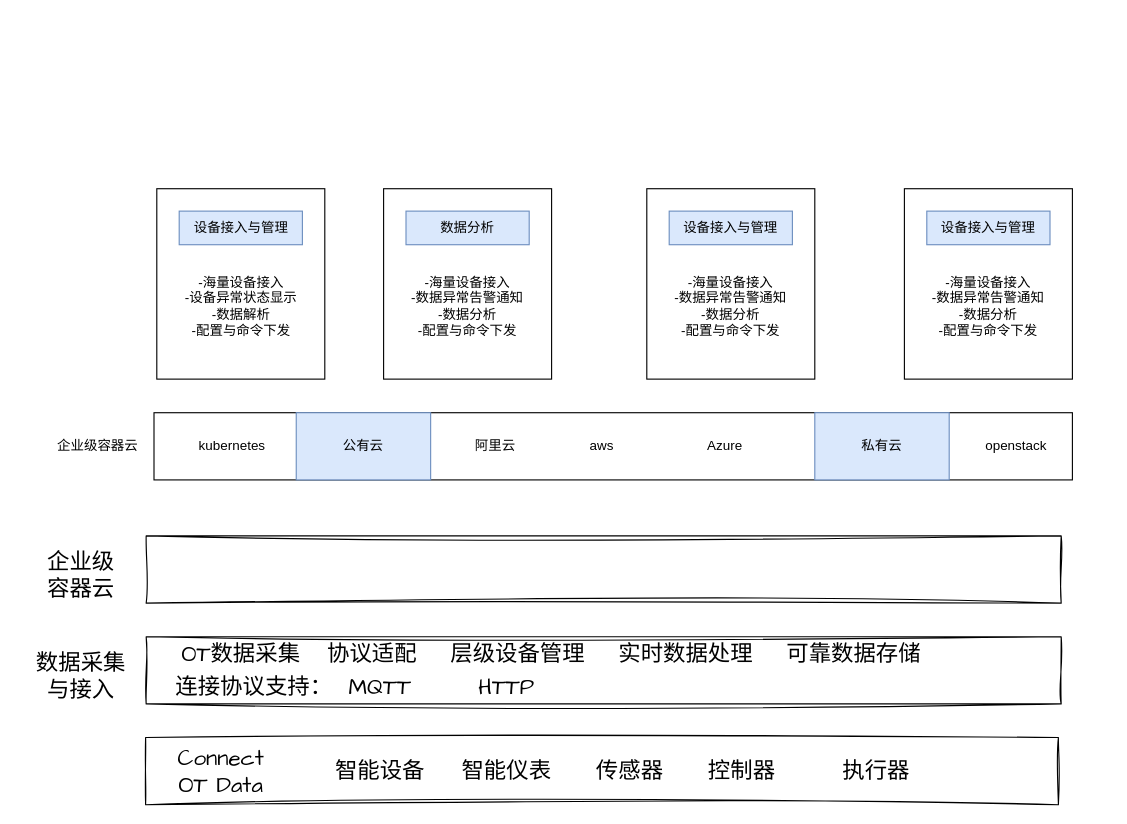
This is page "IoTSuite" (3 of 3) of qiwu.drawio from viking-wj/software, a draw.io file, before an edit. Source tidied: cells renumbered, new cells numbered last; positions are measured from the earlier drawing's top-left corner, leaving out a move shared by most shapes. Both pictures are drawn from the tidied source at 112%, with x=0, y=0 at pixel (19, 188).
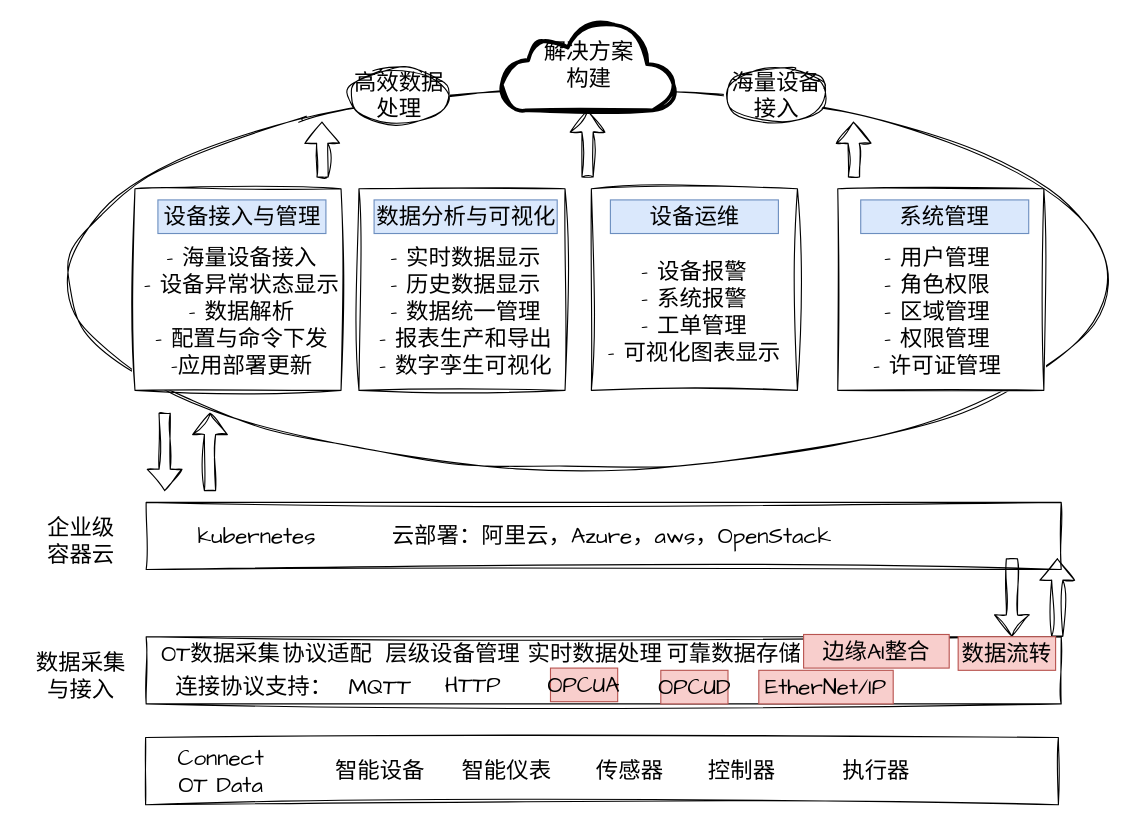
The same diagram, later.

What changed in the source:
```diff
@@
-    <mxCell id="2" style="rounded=0;whiteSpace=wrap;html=1;" parent="1" vertex="1">
-      <mxGeometry x="120" y="200" width="820" height="60" as="geometry" />
-    </mxCell>
-    <mxCell id="3" value="企业级容器云" style="text;html=1;strokeColor=none;fillColor=none;align=center;verticalAlign=middle;whiteSpace=wrap;rounded=0;" parent="1" vertex="1">
-      <mxGeometry x="30" y="215" width="80" height="30" as="geometry" />
-    </mxCell>
-    <mxCell id="4" value="kubernetes" style="text;html=1;strokeColor=none;fillColor=none;align=center;verticalAlign=middle;whiteSpace=wrap;rounded=0;" parent="1" vertex="1">
-      <mxGeometry x="160" y="215" width="60" height="30" as="geometry" />
-    </mxCell>
-    <mxCell id="5" value="公有云" style="rounded=0;whiteSpace=wrap;html=1;fillColor=#dae8fc;strokeColor=#6c8ebf;" parent="1" vertex="1">
-      <mxGeometry x="247" y="200" width="120" height="60" as="geometry" />
-    </mxCell>
-    <mxCell id="6" value="阿里云" style="text;html=1;strokeColor=none;fillColor=none;align=center;verticalAlign=middle;whiteSpace=wrap;rounded=0;" parent="1" vertex="1">
-      <mxGeometry x="395" y="215" width="60" height="30" as="geometry" />
-    </mxCell>
-    <mxCell id="7" value="aws" style="text;html=1;strokeColor=none;fillColor=none;align=center;verticalAlign=middle;whiteSpace=wrap;rounded=0;" parent="1" vertex="1">
-      <mxGeometry x="490" y="215" width="60" height="30" as="geometry" />
-    </mxCell>
-    <mxCell id="8" value="Azure" style="text;html=1;strokeColor=none;fillColor=none;align=center;verticalAlign=middle;whiteSpace=wrap;rounded=0;" parent="1" vertex="1">
-      <mxGeometry x="600" y="215" width="60" height="30" as="geometry" />
-    </mxCell>
-    <mxCell id="9" value="私有云" style="rounded=0;whiteSpace=wrap;html=1;fillColor=#dae8fc;strokeColor=#6c8ebf;" parent="1" vertex="1">
-      <mxGeometry x="710" y="200" width="120" height="60" as="geometry" />
-    </mxCell>
-    <mxCell id="10" value="openstack" style="text;html=1;strokeColor=none;fillColor=none;align=center;verticalAlign=middle;whiteSpace=wrap;rounded=0;" parent="1" vertex="1">
-      <mxGeometry x="860" y="215" width="60" height="30" as="geometry" />
-    </mxCell>
-    <mxCell id="11" style="rounded=0;whiteSpace=wrap;html=1;" parent="1" vertex="1">
-      <mxGeometry x="122.5" width="150" height="170" as="geometry" />
-    </mxCell>
-    <mxCell id="12" value="设备接入与管理" style="text;html=1;strokeColor=#6c8ebf;fillColor=#dae8fc;align=center;verticalAlign=middle;whiteSpace=wrap;rounded=0;" parent="1" vertex="1">
-      <mxGeometry x="142.5" y="20" width="110" height="30" as="geometry" />
-    </mxCell>
-    <mxCell id="13" value="-海量设备接入&lt;br&gt;-设备异常状态显示&lt;br&gt;-数据解析&lt;br&gt;-配置与命令下发" style="text;html=1;strokeColor=none;fillColor=none;align=center;verticalAlign=middle;whiteSpace=wrap;rounded=0;" parent="1" vertex="1">
-      <mxGeometry x="142.5" y="60" width="110" height="90" as="geometry" />
-    </mxCell>
-    <mxCell id="14" style="rounded=0;whiteSpace=wrap;html=1;" parent="1" vertex="1">
-      <mxGeometry x="325" width="150" height="170" as="geometry" />
-    </mxCell>
-    <mxCell id="15" value="数据分析" style="text;html=1;strokeColor=#6c8ebf;fillColor=#dae8fc;align=center;verticalAlign=middle;whiteSpace=wrap;rounded=0;" parent="1" vertex="1">
-      <mxGeometry x="345" y="20" width="110" height="30" as="geometry" />
-    </mxCell>
-    <mxCell id="16" value="-海量设备接入&lt;br&gt;-数据异常告警通知&lt;br&gt;-数据分析&lt;br&gt;-配置与命令下发" style="text;html=1;strokeColor=none;fillColor=none;align=center;verticalAlign=middle;whiteSpace=wrap;rounded=0;" parent="1" vertex="1">
-      <mxGeometry x="345" y="60" width="110" height="90" as="geometry" />
-    </mxCell>
-    <mxCell id="17" style="rounded=0;whiteSpace=wrap;html=1;" parent="1" vertex="1">
-      <mxGeometry x="560" width="150" height="170" as="geometry" />
-    </mxCell>
-    <mxCell id="18" value="设备接入与管理" style="text;html=1;strokeColor=#6c8ebf;fillColor=#dae8fc;align=center;verticalAlign=middle;whiteSpace=wrap;rounded=0;" parent="1" vertex="1">
-      <mxGeometry x="580" y="20" width="110" height="30" as="geometry" />
-    </mxCell>
-    <mxCell id="19" value="-海量设备接入&lt;br&gt;-数据异常告警通知&lt;br&gt;-数据分析&lt;br&gt;-配置与命令下发" style="text;html=1;strokeColor=none;fillColor=none;align=center;verticalAlign=middle;whiteSpace=wrap;rounded=0;" parent="1" vertex="1">
-      <mxGeometry x="580" y="60" width="110" height="90" as="geometry" />
-    </mxCell>
-    <mxCell id="20" style="rounded=0;whiteSpace=wrap;html=1;" parent="1" vertex="1">
-      <mxGeometry x="790" width="150" height="170" as="geometry" />
-    </mxCell>
-    <mxCell id="21" value="设备接入与管理" style="text;html=1;strokeColor=#6c8ebf;fillColor=#dae8fc;align=center;verticalAlign=middle;whiteSpace=wrap;rounded=0;" parent="1" vertex="1">
-      <mxGeometry x="810" y="20" width="110" height="30" as="geometry" />
-    </mxCell>
-    <mxCell id="22" value="-海量设备接入&lt;br&gt;-数据异常告警通知&lt;br&gt;-数据分析&lt;br&gt;-配置与命令下发" style="text;html=1;strokeColor=none;fillColor=none;align=center;verticalAlign=middle;whiteSpace=wrap;rounded=0;" parent="1" vertex="1">
-      <mxGeometry x="810" y="60" width="110" height="90" as="geometry" />
-    </mxCell>
+    <mxCell id="42" style="ellipse;whiteSpace=wrap;html=1;sketch=1;hachureGap=4;jiggle=2;curveFitting=1;fontFamily=Architects Daughter;fontSize=20;" parent="1" vertex="1">
+      <mxGeometry x="43" y="-90" width="928" height="340" as="geometry" />
+    </mxCell>
@@
     <mxCell id="31" value="OT数据采集" style="text;html=1;strokeColor=none;fillColor=none;align=center;verticalAlign=middle;whiteSpace=wrap;rounded=0;fontSize=20;fontFamily=Architects Daughter;" parent="1" vertex="1">
-      <mxGeometry x="137.5" y="400" width="120" height="30" as="geometry" />
+      <mxGeometry x="120" y="400" width="120" height="30" as="geometry" />
     </mxCell>
@@
     <mxCell id="34" value="HTTP" style="text;html=1;strokeColor=none;fillColor=none;align=center;verticalAlign=middle;whiteSpace=wrap;rounded=0;fontSize=20;fontFamily=Architects Daughter;" parent="1" vertex="1">
-      <mxGeometry x="405" y="430" width="60" height="30" as="geometry" />
+      <mxGeometry x="375" y="428" width="60" height="30" as="geometry" />
     </mxCell>
     <mxCell id="35" value="协议适配" style="text;html=1;strokeColor=none;fillColor=none;align=center;verticalAlign=middle;whiteSpace=wrap;rounded=0;fontSize=20;fontFamily=Architects Daughter;" parent="1" vertex="1">
-      <mxGeometry x="270" y="400" width="90" height="30" as="geometry" />
+      <mxGeometry x="230" y="400" width="90" height="30" as="geometry" />
     </mxCell>
     <mxCell id="36" value="层级设备管理" style="text;html=1;strokeColor=none;fillColor=none;align=center;verticalAlign=middle;whiteSpace=wrap;rounded=0;fontSize=20;fontFamily=Architects Daughter;" parent="1" vertex="1">
-      <mxGeometry x="380" y="400" width="130" height="30" as="geometry" />
+      <mxGeometry x="322" y="400" width="130" height="30" as="geometry" />
     </mxCell>
     <mxCell id="37" value="实时数据处理" style="text;html=1;strokeColor=none;fillColor=none;align=center;verticalAlign=middle;whiteSpace=wrap;rounded=0;fontSize=20;fontFamily=Architects Daughter;" parent="1" vertex="1">
-      <mxGeometry x="530" y="400" width="130" height="30" as="geometry" />
+      <mxGeometry x="449" y="400" width="130" height="30" as="geometry" />
     </mxCell>
     <mxCell id="38" value="可靠数据存储" style="text;html=1;strokeColor=none;fillColor=none;align=center;verticalAlign=middle;whiteSpace=wrap;rounded=0;fontSize=20;fontFamily=Architects Daughter;" parent="1" vertex="1">
-      <mxGeometry x="680" y="400" width="130" height="30" as="geometry" />
+      <mxGeometry x="572.5" y="400" width="130" height="30" as="geometry" />
     </mxCell>
@@
     <mxCell id="40" style="rounded=0;whiteSpace=wrap;html=1;sketch=1;hachureGap=4;jiggle=2;curveFitting=1;fontFamily=Architects Daughter;fontSize=20;" parent="1" vertex="1">
-      <mxGeometry x="113" y="310" width="817" height="60" as="geometry" />
+      <mxGeometry x="113" y="280" width="817" height="60" as="geometry" />
     </mxCell>
     <mxCell id="41" value="企业级容器云" style="text;html=1;strokeColor=none;fillColor=none;align=center;verticalAlign=middle;whiteSpace=wrap;rounded=0;fontSize=20;fontFamily=Architects Daughter;" parent="1" vertex="1">
-      <mxGeometry x="20" y="330" width="70" height="30" as="geometry" />
+      <mxGeometry x="20" y="300" width="70" height="30" as="geometry" />
     </mxCell>
+    <mxCell id="4" value="kubernetes" style="text;html=1;strokeColor=none;fillColor=none;align=center;verticalAlign=middle;whiteSpace=wrap;rounded=0;fontSize=20;fontFamily=Architects Daughter;" parent="1" vertex="1">
+      <mxGeometry x="150.5" y="295" width="122" height="30" as="geometry" />
+    </mxCell>
+    <mxCell id="43" value="云部署：阿里云，Azure，aws，OpenStack" style="text;html=1;strokeColor=none;fillColor=none;align=center;verticalAlign=middle;whiteSpace=wrap;rounded=0;fontSize=20;fontFamily=Architects Daughter;" parent="1" vertex="1">
+      <mxGeometry x="278" y="295" width="502" height="30" as="geometry" />
+    </mxCell>
+    <mxCell id="44" style="rounded=0;whiteSpace=wrap;html=1;sketch=1;hachureGap=4;jiggle=2;curveFitting=1;fontFamily=Architects Daughter;fontSize=20;" parent="1" vertex="1">
+      <mxGeometry x="103" width="184" height="180" as="geometry" />
+    </mxCell>
+    <mxCell id="45" value="设备接入与管理" style="text;html=1;strokeColor=#6c8ebf;fillColor=#dae8fc;align=center;verticalAlign=middle;whiteSpace=wrap;rounded=0;fontSize=20;fontFamily=Architects Daughter;" parent="1" vertex="1">
+      <mxGeometry x="123.5" y="10" width="150" height="30" as="geometry" />
+    </mxCell>
+    <mxCell id="46" value="- 海量设备接入&lt;br&gt;- 设备异常状态显示&lt;br&gt;- 数据解析&lt;br&gt;- 配置与命令下发&lt;br&gt;-应用部署更新" style="text;html=1;strokeColor=none;fillColor=none;align=center;verticalAlign=middle;whiteSpace=wrap;rounded=0;fontSize=20;fontFamily=Architects Daughter;" parent="1" vertex="1">
+      <mxGeometry x="110" y="40" width="177" height="140" as="geometry" />
+    </mxCell>
+    <mxCell id="47" style="rounded=0;whiteSpace=wrap;html=1;sketch=1;hachureGap=4;jiggle=2;curveFitting=1;fontFamily=Architects Daughter;fontSize=20;" parent="1" vertex="1">
+      <mxGeometry x="303" width="184" height="180" as="geometry" />
+    </mxCell>
+    <mxCell id="48" value="数据分析与可视化" style="text;html=1;strokeColor=#6c8ebf;fillColor=#dae8fc;align=center;verticalAlign=middle;whiteSpace=wrap;rounded=0;fontSize=20;fontFamily=Architects Daughter;" parent="1" vertex="1">
+      <mxGeometry x="316.5" y="10" width="163.5" height="30" as="geometry" />
+    </mxCell>
+    <mxCell id="49" value="- 实时数据显示&lt;br&gt;- 历史数据显示&lt;br&gt;- 数据统一管理&lt;br&gt;- 报表生产和导出&lt;br&gt;- 数字孪生可视化" style="text;html=1;strokeColor=none;fillColor=none;align=center;verticalAlign=middle;whiteSpace=wrap;rounded=0;fontSize=20;fontFamily=Architects Daughter;" parent="1" vertex="1">
+      <mxGeometry x="310" y="40" width="177" height="140" as="geometry" />
+    </mxCell>
+    <mxCell id="50" style="rounded=0;whiteSpace=wrap;html=1;sketch=1;hachureGap=4;jiggle=2;curveFitting=1;fontFamily=Architects Daughter;fontSize=20;" parent="1" vertex="1">
+      <mxGeometry x="510.5" width="184" height="180" as="geometry" />
+    </mxCell>
+    <mxCell id="51" value="设备运维" style="text;html=1;strokeColor=#6c8ebf;fillColor=#dae8fc;align=center;verticalAlign=middle;whiteSpace=wrap;rounded=0;fontSize=20;fontFamily=Architects Daughter;" parent="1" vertex="1">
+      <mxGeometry x="527.5" y="10" width="150" height="30" as="geometry" />
+    </mxCell>
+    <mxCell id="52" value="- 设备报警&lt;br&gt;- 系统报警&lt;br&gt;- 工单管理&lt;br&gt;- 可视化图表显示" style="text;html=1;strokeColor=none;fillColor=none;align=center;verticalAlign=middle;whiteSpace=wrap;rounded=0;fontSize=20;fontFamily=Architects Daughter;" parent="1" vertex="1">
+      <mxGeometry x="514" y="40" width="177" height="140" as="geometry" />
+    </mxCell>
+    <mxCell id="53" style="rounded=0;whiteSpace=wrap;html=1;sketch=1;hachureGap=4;jiggle=2;curveFitting=1;fontFamily=Architects Daughter;fontSize=20;" parent="1" vertex="1">
+      <mxGeometry x="730.5" width="184" height="180" as="geometry" />
+    </mxCell>
+    <mxCell id="54" value="系统管理" style="text;html=1;strokeColor=#6c8ebf;fillColor=#dae8fc;align=center;verticalAlign=middle;whiteSpace=wrap;rounded=0;fontSize=20;fontFamily=Architects Daughter;" parent="1" vertex="1">
+      <mxGeometry x="751" y="10" width="150" height="30" as="geometry" />
+    </mxCell>
+    <mxCell id="55" value="- 用户管理&lt;br&gt;- 角色权限&lt;br&gt;- 区域管理&lt;br&gt;- 权限管理&lt;br&gt;- 许可证管理" style="text;html=1;strokeColor=none;fillColor=none;align=center;verticalAlign=middle;whiteSpace=wrap;rounded=0;fontSize=20;fontFamily=Architects Daughter;" parent="1" vertex="1">
+      <mxGeometry x="730.5" y="40" width="177" height="140" as="geometry" />
+    </mxCell>
+    <mxCell id="56" value="解决方案&lt;br&gt;构建" style="html=1;gradientDirection=north;strokeWidth=2;shape=mxgraph.networks.cloud;sketch=1;hachureGap=4;jiggle=2;curveFitting=1;fontFamily=Architects Daughter;fontSize=20;" parent="1" vertex="1">
+      <mxGeometry x="430" y="-150" width="155.2" height="80" as="geometry" />
+    </mxCell>
+    <mxCell id="57" value="高效数据处理" style="ellipse;whiteSpace=wrap;html=1;sketch=1;hachureGap=4;jiggle=2;curveFitting=1;fontFamily=Architects Daughter;fontSize=20;" parent="1" vertex="1">
+      <mxGeometry x="294" y="-108" width="90" height="50" as="geometry" />
+    </mxCell>
+    <mxCell id="58" value="海量设备接入" style="ellipse;whiteSpace=wrap;html=1;sketch=1;hachureGap=4;jiggle=2;curveFitting=1;fontFamily=Architects Daughter;fontSize=20;" parent="1" vertex="1">
+      <mxGeometry x="631" y="-108" width="90" height="50" as="geometry" />
+    </mxCell>
+    <mxCell id="59" style="shape=flexArrow;endArrow=classic;html=1;rounded=0;sketch=1;hachureGap=4;jiggle=2;curveFitting=1;fontFamily=Architects Daughter;fontSize=16;" parent="1" edge="1">
+      <mxGeometry relative="1" as="geometry">
+        <mxPoint x="170" y="270" as="sourcePoint" />
+        <mxPoint x="170" y="200" as="targetPoint" />
+      </mxGeometry>
+    </mxCell>
+    <mxCell id="60" style="shape=flexArrow;endArrow=classic;html=1;rounded=0;sketch=1;hachureGap=4;jiggle=2;curveFitting=1;fontFamily=Architects Daughter;fontSize=16;" parent="1" edge="1">
+      <mxGeometry relative="1" as="geometry">
+        <mxPoint x="129.5" y="200" as="sourcePoint" />
+        <mxPoint x="129.5" y="270" as="targetPoint" />
+      </mxGeometry>
+    </mxCell>
+    <mxCell id="61" style="shape=flexArrow;endArrow=classic;html=1;rounded=0;sketch=1;hachureGap=4;jiggle=2;curveFitting=1;fontFamily=Architects Daughter;fontSize=16;" parent="1" edge="1">
+      <mxGeometry relative="1" as="geometry">
+        <mxPoint x="926.5" y="400" as="sourcePoint" />
+        <mxPoint x="926.5" y="330" as="targetPoint" />
+      </mxGeometry>
+    </mxCell>
+    <mxCell id="62" style="shape=flexArrow;endArrow=classic;html=1;rounded=0;sketch=1;hachureGap=4;jiggle=2;curveFitting=1;fontFamily=Architects Daughter;fontSize=16;" parent="1" edge="1">
+      <mxGeometry relative="1" as="geometry">
+        <mxPoint x="886" y="330" as="sourcePoint" />
+        <mxPoint x="886" y="400" as="targetPoint" />
+      </mxGeometry>
+    </mxCell>
+    <mxCell id="63" style="shape=flexArrow;endArrow=classic;html=1;rounded=0;sketch=1;hachureGap=4;jiggle=2;curveFitting=1;fontFamily=Architects Daughter;fontSize=16;" parent="1" edge="1">
+      <mxGeometry relative="1" as="geometry">
+        <mxPoint x="507.1" y="-10" as="sourcePoint" />
+        <mxPoint x="507.1" y="-70" as="targetPoint" />
+      </mxGeometry>
+    </mxCell>
+    <mxCell id="64" style="shape=flexArrow;endArrow=classic;html=1;rounded=0;sketch=1;hachureGap=4;jiggle=2;curveFitting=1;fontFamily=Architects Daughter;fontSize=16;" parent="1" edge="1">
+      <mxGeometry relative="1" as="geometry">
+        <mxPoint x="270.5" y="-10" as="sourcePoint" />
+        <mxPoint x="270" y="-60" as="targetPoint" />
+      </mxGeometry>
+    </mxCell>
+    <mxCell id="65" style="shape=flexArrow;endArrow=classic;html=1;rounded=0;sketch=1;hachureGap=4;jiggle=2;curveFitting=1;fontFamily=Architects Daughter;fontSize=16;" parent="1" edge="1">
+      <mxGeometry relative="1" as="geometry">
+        <mxPoint x="745" y="-10" as="sourcePoint" />
+        <mxPoint x="744.5" y="-60" as="targetPoint" />
+      </mxGeometry>
+    </mxCell>
+    <mxCell id="66" value="OPCUA" style="text;html=1;strokeColor=#b85450;fillColor=#f8cecc;align=center;verticalAlign=middle;whiteSpace=wrap;rounded=0;fontSize=20;fontFamily=Architects Daughter;" parent="1" vertex="1">
+      <mxGeometry x="474" y="428" width="60" height="30" as="geometry" />
+    </mxCell>
+    <mxCell id="67" value="OPCUD" style="text;html=1;strokeColor=#b85450;fillColor=#f8cecc;align=center;verticalAlign=middle;whiteSpace=wrap;rounded=0;fontSize=20;fontFamily=Architects Daughter;" parent="1" vertex="1">
+      <mxGeometry x="572.5" y="430" width="60" height="30" as="geometry" />
+    </mxCell>
+    <mxCell id="68" value="EtherNet/IP" style="text;html=1;strokeColor=#b85450;fillColor=#f8cecc;align=center;verticalAlign=middle;whiteSpace=wrap;rounded=0;fontSize=20;fontFamily=Architects Daughter;" parent="1" vertex="1">
+      <mxGeometry x="660" y="430" width="120" height="30" as="geometry" />
+    </mxCell>
+    <mxCell id="69" value="边缘AI整合" style="text;html=1;strokeColor=#b85450;fillColor=#f8cecc;align=center;verticalAlign=middle;whiteSpace=wrap;rounded=0;fontSize=20;fontFamily=Architects Daughter;" parent="1" vertex="1">
+      <mxGeometry x="700" y="398" width="130" height="30" as="geometry" />
+    </mxCell>
+    <mxCell id="70" value="数据流转" style="text;html=1;strokeColor=#b85450;fillColor=#f8cecc;align=center;verticalAlign=middle;whiteSpace=wrap;rounded=0;fontSize=20;fontFamily=Architects Daughter;" parent="1" vertex="1">
+      <mxGeometry x="838" y="400" width="87" height="30" as="geometry" />
+    </mxCell>
```
